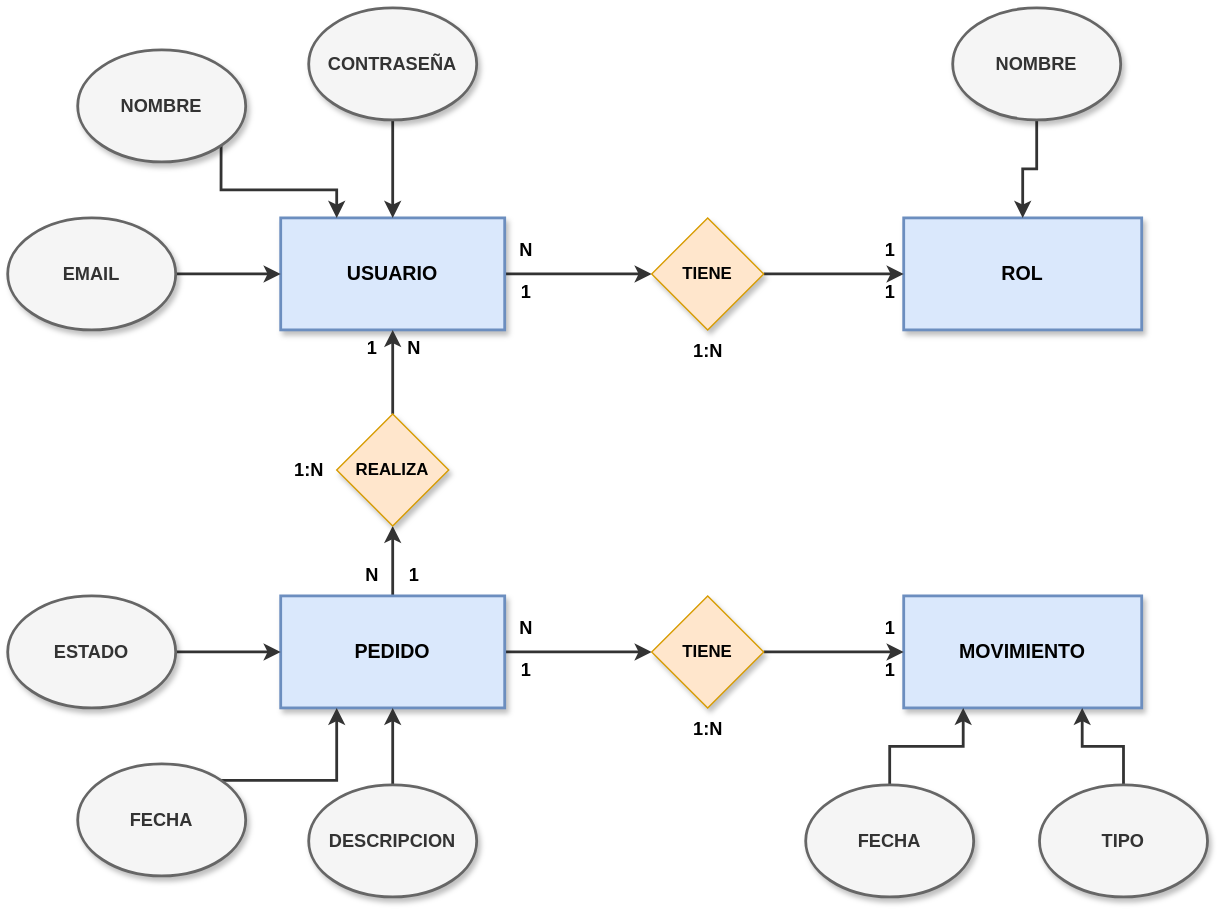
Before: diagrams/DiagramaER.drawio.svg, a diagram exported from draw.io (devcordoba/InicProgBD-Logistica). Source tidied: cells renumbered, new cells last; positions are measured from the earlier drawing's top-left corner, leaving out a move shared by most shapes. Source of this version:
```xml
<mxGraphModel>
  <root>
    <mxCell id="0" />
    <mxCell id="1" parent="0" />
    <mxCell id="2" style="edgeStyle=orthogonalEdgeStyle;rounded=0;jettySize=auto;html=1;exitX=1;exitY=0.5;exitDx=0;exitDy=0;entryX=0;entryY=0.5;entryDx=0;entryDy=0;strokeWidth=2;strokeColor=#333333;shadow=0;" parent="1" edge="1" source="3" target="18">
      <mxGeometry relative="1" as="geometry" />
    </mxCell>
    <mxCell id="3" value="USUARIO" style="rounded=0;whiteSpace=wrap;html=1;fontStyle=1;fillColor=#dae8fc;strokeColor=#6c8ebf;strokeWidth=2;shadow=1;glass=0;labelBackgroundColor=none;labelBorderColor=none;textShadow=0;fontSize=14;" parent="1" vertex="1">
      <mxGeometry x="195" y="150" width="160" height="80" as="geometry" />
    </mxCell>
    <mxCell id="4" value="ROL" style="rounded=0;whiteSpace=wrap;html=1;fontStyle=1;fillColor=#dae8fc;strokeColor=#6c8ebf;strokeWidth=2;shadow=1;glass=0;labelBackgroundColor=none;labelBorderColor=none;textShadow=0;fontSize=14;" parent="1" vertex="1">
      <mxGeometry x="640" y="150" width="170" height="80" as="geometry" />
    </mxCell>
    <mxCell id="5" style="edgeStyle=orthogonalEdgeStyle;rounded=0;jettySize=auto;html=1;exitX=0.5;exitY=0;exitDx=0;exitDy=0;entryX=0.5;entryY=1;entryDx=0;entryDy=0;strokeWidth=2;strokeColor=#333333;shadow=0;" parent="1" edge="1" source="7" target="35">
      <mxGeometry relative="1" as="geometry" />
    </mxCell>
    <mxCell id="6" style="edgeStyle=orthogonalEdgeStyle;rounded=0;jettySize=auto;html=1;exitX=1;exitY=0.5;exitDx=0;exitDy=0;entryX=0;entryY=0.5;entryDx=0;entryDy=0;strokeWidth=2;strokeColor=#333333;shadow=0;" parent="1" edge="1" source="7" target="42">
      <mxGeometry relative="1" as="geometry" />
    </mxCell>
    <mxCell id="7" value="PEDIDO" style="rounded=0;whiteSpace=wrap;html=1;fontStyle=1;fillColor=#dae8fc;strokeColor=#6c8ebf;strokeWidth=2;shadow=1;glass=0;labelBackgroundColor=none;labelBorderColor=none;textShadow=0;fontSize=14;" parent="1" vertex="1">
      <mxGeometry x="195" y="420" width="160" height="80" as="geometry" />
    </mxCell>
    <mxCell id="8" value="MOVIMIENTO" style="rounded=0;whiteSpace=wrap;html=1;fontStyle=1;fillColor=#dae8fc;strokeColor=#6c8ebf;strokeWidth=2;shadow=1;glass=0;labelBackgroundColor=none;labelBorderColor=none;textShadow=0;fontSize=14;" parent="1" vertex="1">
      <mxGeometry x="640" y="420" width="170" height="80" as="geometry" />
    </mxCell>
    <mxCell id="9" style="edgeStyle=orthogonalEdgeStyle;rounded=0;jettySize=auto;html=1;exitX=0.5;exitY=1;exitDx=0;exitDy=0;entryX=0.5;entryY=0;entryDx=0;entryDy=0;strokeWidth=2;strokeColor=#333333;shadow=0;" parent="1" edge="1" source="10" target="4">
      <mxGeometry relative="1" as="geometry" />
    </mxCell>
    <mxCell id="10" value="NOMBRE" style="ellipse;whiteSpace=wrap;html=1;fontStyle=1;fillColor=#f5f5f5;fontColor=#333333;strokeColor=#666666;shadow=1;fontSize=13;textShadow=0;strokeWidth=2;" parent="1" vertex="1">
      <mxGeometry x="675" width="120" height="80" as="geometry" />
    </mxCell>
    <mxCell id="11" style="edgeStyle=orthogonalEdgeStyle;rounded=0;jettySize=auto;html=1;exitX=1;exitY=1;exitDx=0;exitDy=0;entryX=0.25;entryY=0;entryDx=0;entryDy=0;strokeWidth=2;strokeColor=#333333;shadow=0;" parent="1" edge="1" source="12" target="3">
      <mxGeometry relative="1" as="geometry">
        <Array as="points">
          <mxPoint x="152" y="130" />
          <mxPoint x="235" y="130" />
        </Array>
      </mxGeometry>
    </mxCell>
    <mxCell id="12" value="NOMBRE" style="ellipse;whiteSpace=wrap;html=1;fontStyle=1;fillColor=#f5f5f5;fontColor=#333333;strokeColor=#666666;shadow=1;fontSize=13;textShadow=0;strokeWidth=2;" parent="1" vertex="1">
      <mxGeometry x="50" y="30" width="120" height="80" as="geometry" />
    </mxCell>
    <mxCell id="13" style="edgeStyle=orthogonalEdgeStyle;rounded=0;jettySize=auto;html=1;exitX=1;exitY=0.5;exitDx=0;exitDy=0;entryX=0;entryY=0.5;entryDx=0;entryDy=0;strokeWidth=2;strokeColor=#333333;shadow=0;" parent="1" edge="1" source="14" target="3">
      <mxGeometry relative="1" as="geometry" />
    </mxCell>
    <mxCell id="14" value="EMAIL" style="ellipse;whiteSpace=wrap;html=1;fontStyle=1;fillColor=#f5f5f5;fontColor=#333333;strokeColor=#666666;shadow=1;fontSize=13;textShadow=0;strokeWidth=2;" parent="1" vertex="1">
      <mxGeometry y="150" width="120" height="80" as="geometry" />
    </mxCell>
    <mxCell id="15" style="rounded=0;jettySize=auto;html=1;exitX=0.5;exitY=1;exitDx=0;exitDy=0;entryX=0.5;entryY=0;entryDx=0;entryDy=0;strokeWidth=2;strokeColor=#333333;shadow=0;" parent="1" edge="1" source="16" target="3">
      <mxGeometry relative="1" as="geometry" />
    </mxCell>
    <mxCell id="16" value="CONTRASEÑA" style="ellipse;whiteSpace=wrap;html=1;fontStyle=1;fillColor=#f5f5f5;fontColor=#333333;strokeColor=#666666;shadow=1;fontSize=13;textShadow=0;strokeWidth=2;" parent="1" vertex="1">
      <mxGeometry x="215" width="120" height="80" as="geometry" />
    </mxCell>
    <mxCell id="17" style="edgeStyle=orthogonalEdgeStyle;rounded=0;jettySize=auto;html=1;exitX=1;exitY=0.5;exitDx=0;exitDy=0;strokeWidth=2;strokeColor=#333333;shadow=0;" parent="1" edge="1" source="18" target="4">
      <mxGeometry relative="1" as="geometry" />
    </mxCell>
    <mxCell id="18" value="TIENE" style="rhombus;whiteSpace=wrap;html=1;fontStyle=1;fillColor=#ffe6cc;strokeColor=#d79b00;shadow=1;fontSize=12;" parent="1" vertex="1">
      <mxGeometry x="460" y="150" width="80" height="80" as="geometry" />
    </mxCell>
    <mxCell id="19" value="&lt;span&gt;1:N&lt;/span&gt;" style="text;html=1;align=center;verticalAlign=middle;strokeColor=none;fillColor=none;fontStyle=1;strokeWidth=1;fontSize=13;" parent="1" vertex="1">
      <mxGeometry x="480" y="230" width="40" height="30" as="geometry" />
    </mxCell>
    <mxCell id="20" value="1" style="text;html=1;align=center;verticalAlign=middle;strokeColor=none;fillColor=none;fontStyle=1;strokeWidth=1;fontSize=13;" parent="1" vertex="1">
      <mxGeometry x="355" y="188" width="30" height="30" as="geometry" />
    </mxCell>
    <mxCell id="21" value="1" style="text;html=1;align=center;verticalAlign=middle;strokeColor=none;fillColor=none;fontStyle=1;strokeWidth=1;fontSize=13;" parent="1" vertex="1">
      <mxGeometry x="615" y="188" width="30" height="30" as="geometry" />
    </mxCell>
    <mxCell id="22" value="1" style="text;html=1;align=center;verticalAlign=middle;strokeColor=none;fillColor=none;fontStyle=1;strokeWidth=1;fontSize=13;" parent="1" vertex="1">
      <mxGeometry x="615" y="158" width="30" height="30" as="geometry" />
    </mxCell>
    <mxCell id="23" value="N" style="text;html=1;align=center;verticalAlign=middle;strokeColor=none;fillColor=none;fontStyle=1;strokeWidth=1;fontSize=13;" parent="1" vertex="1">
      <mxGeometry x="355" y="158" width="30" height="30" as="geometry" />
    </mxCell>
    <mxCell id="24" style="edgeStyle=orthogonalEdgeStyle;rounded=0;jettySize=auto;html=1;exitX=0.5;exitY=0;exitDx=0;exitDy=0;entryX=0.25;entryY=1;entryDx=0;entryDy=0;strokeWidth=2;strokeColor=#333333;shadow=0;" parent="1" edge="1" source="25" target="8">
      <mxGeometry relative="1" as="geometry" />
    </mxCell>
    <mxCell id="25" value="FECHA" style="ellipse;whiteSpace=wrap;html=1;fontStyle=1;fillColor=#f5f5f5;fontColor=#333333;strokeColor=#666666;shadow=1;fontSize=13;textShadow=0;strokeWidth=2;" parent="1" vertex="1">
      <mxGeometry x="570" y="555" width="120" height="80" as="geometry" />
    </mxCell>
    <mxCell id="26" style="edgeStyle=orthogonalEdgeStyle;rounded=0;jettySize=auto;html=1;exitX=0.5;exitY=0;exitDx=0;exitDy=0;entryX=0.75;entryY=1;entryDx=0;entryDy=0;strokeWidth=2;strokeColor=#333333;shadow=0;" parent="1" edge="1" source="27" target="8">
      <mxGeometry relative="1" as="geometry" />
    </mxCell>
    <mxCell id="27" value="TIPO" style="ellipse;whiteSpace=wrap;html=1;fontStyle=1;fillColor=#f5f5f5;fontColor=#333333;strokeColor=#666666;shadow=1;fontSize=13;textShadow=0;strokeWidth=2;" parent="1" vertex="1">
      <mxGeometry x="737" y="555" width="120" height="80" as="geometry" />
    </mxCell>
    <mxCell id="28" style="edgeStyle=orthogonalEdgeStyle;rounded=0;jettySize=auto;html=1;exitX=1;exitY=0;exitDx=0;exitDy=0;entryX=0.25;entryY=1;entryDx=0;entryDy=0;strokeWidth=2;strokeColor=#333333;shadow=0;" parent="1" edge="1" source="29" target="7">
      <mxGeometry relative="1" as="geometry" />
    </mxCell>
    <mxCell id="29" value="FECHA" style="ellipse;whiteSpace=wrap;html=1;fontStyle=1;fillColor=#f5f5f5;fontColor=#333333;strokeColor=#666666;shadow=1;fontSize=13;textShadow=0;strokeWidth=2;" parent="1" vertex="1">
      <mxGeometry x="50" y="540" width="120" height="80" as="geometry" />
    </mxCell>
    <mxCell id="30" style="edgeStyle=orthogonalEdgeStyle;rounded=0;jettySize=auto;html=1;exitX=1;exitY=0.5;exitDx=0;exitDy=0;entryX=0;entryY=0.5;entryDx=0;entryDy=0;strokeWidth=2;strokeColor=#333333;shadow=0;" parent="1" edge="1" source="31" target="7">
      <mxGeometry relative="1" as="geometry" />
    </mxCell>
    <mxCell id="31" value="ESTADO" style="ellipse;whiteSpace=wrap;html=1;fontStyle=1;fillColor=#f5f5f5;fontColor=#333333;strokeColor=#666666;shadow=1;fontSize=13;textShadow=0;strokeWidth=2;" parent="1" vertex="1">
      <mxGeometry y="420" width="120" height="80" as="geometry" />
    </mxCell>
    <mxCell id="32" style="edgeStyle=orthogonalEdgeStyle;rounded=0;jettySize=auto;html=1;exitX=0.5;exitY=0;exitDx=0;exitDy=0;entryX=0.5;entryY=1;entryDx=0;entryDy=0;strokeWidth=2;strokeColor=#333333;shadow=0;" parent="1" edge="1" source="33" target="7">
      <mxGeometry relative="1" as="geometry" />
    </mxCell>
    <mxCell id="33" value="DESCRIPCION" style="ellipse;whiteSpace=wrap;html=1;fontStyle=1;fillColor=#f5f5f5;fontColor=#333333;strokeColor=#666666;shadow=1;fontSize=13;textShadow=0;strokeWidth=2;" parent="1" vertex="1">
      <mxGeometry x="215" y="555" width="120" height="80" as="geometry" />
    </mxCell>
    <mxCell id="34" style="edgeStyle=orthogonalEdgeStyle;rounded=0;jettySize=auto;html=1;exitX=0.5;exitY=0;exitDx=0;exitDy=0;entryX=0.5;entryY=1;entryDx=0;entryDy=0;strokeWidth=2;strokeColor=#333333;shadow=0;" parent="1" edge="1" source="35" target="3">
      <mxGeometry relative="1" as="geometry" />
    </mxCell>
    <mxCell id="35" value="REALIZA" style="rhombus;whiteSpace=wrap;html=1;fontStyle=1;fillColor=#ffe6cc;strokeColor=#d79b00;shadow=1;fontSize=12;" parent="1" vertex="1">
      <mxGeometry x="235" y="290" width="80" height="80" as="geometry" />
    </mxCell>
    <mxCell id="36" value="&lt;span&gt;1:N&lt;/span&gt;" style="text;html=1;align=center;verticalAlign=middle;strokeColor=none;fillColor=none;fontStyle=1;strokeWidth=1;fontSize=13;" parent="1" vertex="1">
      <mxGeometry x="195" y="315" width="40" height="30" as="geometry" />
    </mxCell>
    <mxCell id="37" value="&lt;span&gt;1&lt;/span&gt;" style="text;html=1;align=center;verticalAlign=middle;strokeColor=none;fillColor=none;fontStyle=1;strokeWidth=1;fontSize=13;" parent="1" vertex="1">
      <mxGeometry x="245" y="228" width="30" height="30" as="geometry" />
    </mxCell>
    <mxCell id="38" value="&lt;span&gt;N&lt;/span&gt;" style="text;html=1;align=center;verticalAlign=middle;strokeColor=none;fillColor=none;fontStyle=1;strokeWidth=1;fontSize=13;" parent="1" vertex="1">
      <mxGeometry x="245" y="390" width="30" height="30" as="geometry" />
    </mxCell>
    <mxCell id="39" value="&lt;span&gt;1&lt;/span&gt;" style="text;html=1;align=center;verticalAlign=middle;strokeColor=none;fillColor=none;fontStyle=1;strokeWidth=1;fontSize=13;" parent="1" vertex="1">
      <mxGeometry x="275" y="390" width="30" height="30" as="geometry" />
    </mxCell>
    <mxCell id="40" value="&lt;span&gt;N&lt;/span&gt;" style="text;html=1;align=center;verticalAlign=middle;strokeColor=none;fillColor=none;fontStyle=1;strokeWidth=1;fontSize=13;" parent="1" vertex="1">
      <mxGeometry x="275" y="228" width="30" height="30" as="geometry" />
    </mxCell>
    <mxCell id="41" style="edgeStyle=orthogonalEdgeStyle;rounded=0;jettySize=auto;html=1;exitX=1;exitY=0.5;exitDx=0;exitDy=0;strokeWidth=2;strokeColor=#333333;shadow=0;" parent="1" edge="1" source="42" target="8">
      <mxGeometry relative="1" as="geometry" />
    </mxCell>
    <mxCell id="42" value="TIENE" style="rhombus;whiteSpace=wrap;html=1;fontStyle=1;fillColor=#ffe6cc;strokeColor=#d79b00;shadow=1;fontSize=12;" parent="1" vertex="1">
      <mxGeometry x="460" y="420" width="80" height="80" as="geometry" />
    </mxCell>
    <mxCell id="43" value="&lt;span&gt;1:N&lt;/span&gt;" style="text;html=1;align=center;verticalAlign=middle;strokeColor=none;fillColor=none;fontStyle=1;strokeWidth=1;fontSize=13;" parent="1" vertex="1">
      <mxGeometry x="480" y="500" width="40" height="30" as="geometry" />
    </mxCell>
    <mxCell id="44" value="1" style="text;html=1;align=center;verticalAlign=middle;strokeColor=none;fillColor=none;fontStyle=1;strokeWidth=1;fontSize=13;" parent="1" vertex="1">
      <mxGeometry x="355" y="458" width="30" height="30" as="geometry" />
    </mxCell>
    <mxCell id="45" value="1" style="text;html=1;align=center;verticalAlign=middle;strokeColor=none;fillColor=none;fontStyle=1;strokeWidth=1;fontSize=13;" parent="1" vertex="1">
      <mxGeometry x="615" y="458" width="30" height="30" as="geometry" />
    </mxCell>
    <mxCell id="46" value="1" style="text;html=1;align=center;verticalAlign=middle;strokeColor=none;fillColor=none;fontStyle=1;strokeWidth=1;fontSize=13;" parent="1" vertex="1">
      <mxGeometry x="615" y="428" width="30" height="30" as="geometry" />
    </mxCell>
    <mxCell id="47" value="N" style="text;html=1;align=center;verticalAlign=middle;strokeColor=none;fillColor=none;fontStyle=1;strokeWidth=1;fontSize=13;" parent="1" vertex="1">
      <mxGeometry x="355" y="428" width="30" height="30" as="geometry" />
    </mxCell>
  </root>
</mxGraphModel>
```
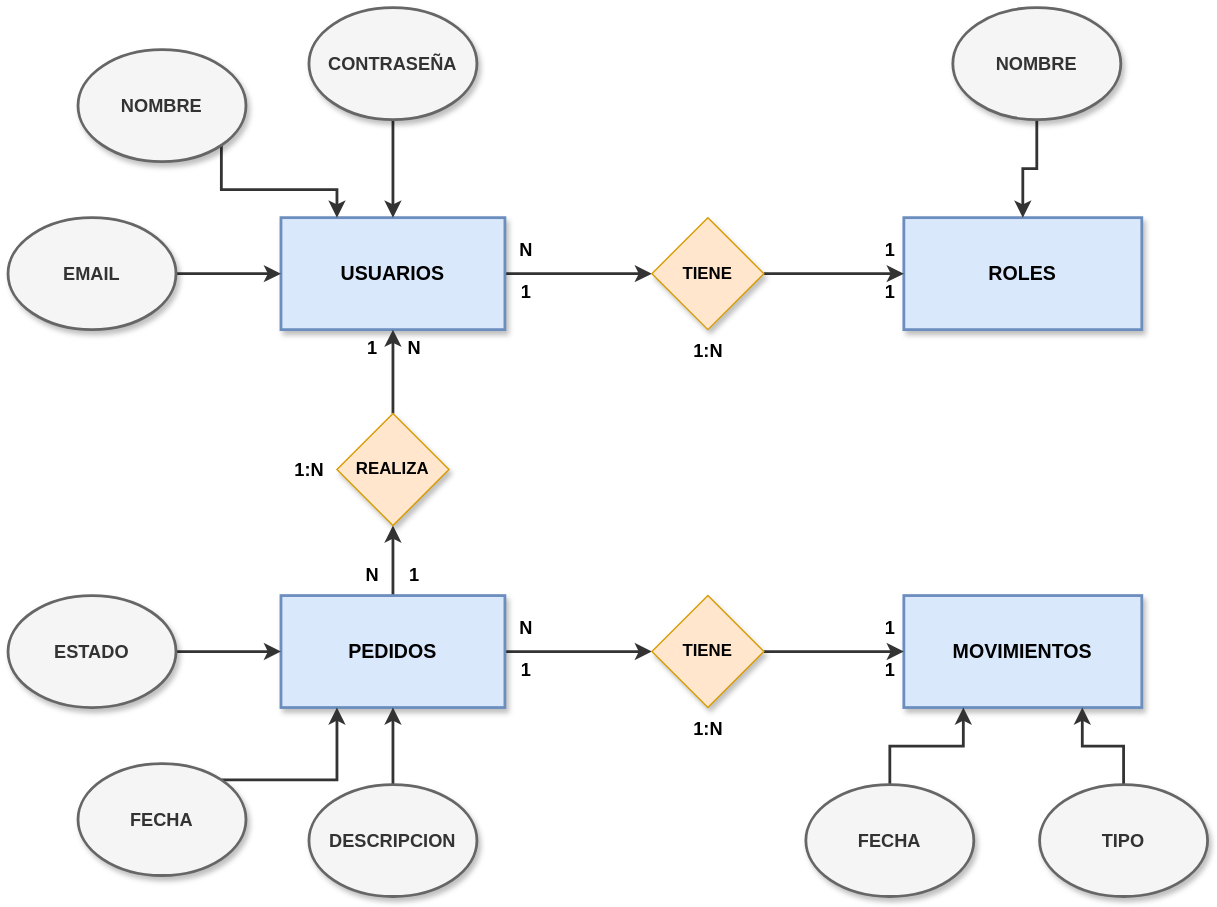
After the commit.

Diff of the diagram source:
```diff
@@ -5,10 +5,10 @@
     <mxCell id="2" style="edgeStyle=orthogonalEdgeStyle;rounded=0;jettySize=auto;html=1;exitX=1;exitY=0.5;exitDx=0;exitDy=0;entryX=0;entryY=0.5;entryDx=0;entryDy=0;strokeWidth=2;strokeColor=#333333;shadow=0;" parent="1" edge="1" source="3" target="18">
       <mxGeometry relative="1" as="geometry" />
     </mxCell>
-    <mxCell id="3" value="USUARIO" style="rounded=0;whiteSpace=wrap;html=1;fontStyle=1;fillColor=#dae8fc;strokeColor=#6c8ebf;strokeWidth=2;shadow=1;glass=0;labelBackgroundColor=none;labelBorderColor=none;textShadow=0;fontSize=14;" parent="1" vertex="1">
+    <mxCell id="3" value="USUARIOS" style="rounded=0;whiteSpace=wrap;html=1;fontStyle=1;fillColor=#dae8fc;strokeColor=#6c8ebf;strokeWidth=2;shadow=1;glass=0;labelBackgroundColor=none;labelBorderColor=none;textShadow=0;fontSize=14;" parent="1" vertex="1">
       <mxGeometry x="195" y="150" width="160" height="80" as="geometry" />
     </mxCell>
-    <mxCell id="4" value="ROL" style="rounded=0;whiteSpace=wrap;html=1;fontStyle=1;fillColor=#dae8fc;strokeColor=#6c8ebf;strokeWidth=2;shadow=1;glass=0;labelBackgroundColor=none;labelBorderColor=none;textShadow=0;fontSize=14;" parent="1" vertex="1">
+    <mxCell id="4" value="ROLES" style="rounded=0;whiteSpace=wrap;html=1;fontStyle=1;fillColor=#dae8fc;strokeColor=#6c8ebf;strokeWidth=2;shadow=1;glass=0;labelBackgroundColor=none;labelBorderColor=none;textShadow=0;fontSize=14;" parent="1" vertex="1">
       <mxGeometry x="640" y="150" width="170" height="80" as="geometry" />
     </mxCell>
     <mxCell id="5" style="edgeStyle=orthogonalEdgeStyle;rounded=0;jettySize=auto;html=1;exitX=0.5;exitY=0;exitDx=0;exitDy=0;entryX=0.5;entryY=1;entryDx=0;entryDy=0;strokeWidth=2;strokeColor=#333333;shadow=0;" parent="1" edge="1" source="7" target="35">
@@ -17,10 +17,10 @@
     <mxCell id="6" style="edgeStyle=orthogonalEdgeStyle;rounded=0;jettySize=auto;html=1;exitX=1;exitY=0.5;exitDx=0;exitDy=0;entryX=0;entryY=0.5;entryDx=0;entryDy=0;strokeWidth=2;strokeColor=#333333;shadow=0;" parent="1" edge="1" source="7" target="42">
       <mxGeometry relative="1" as="geometry" />
     </mxCell>
-    <mxCell id="7" value="PEDIDO" style="rounded=0;whiteSpace=wrap;html=1;fontStyle=1;fillColor=#dae8fc;strokeColor=#6c8ebf;strokeWidth=2;shadow=1;glass=0;labelBackgroundColor=none;labelBorderColor=none;textShadow=0;fontSize=14;" parent="1" vertex="1">
+    <mxCell id="7" value="PEDIDOS" style="rounded=0;whiteSpace=wrap;html=1;fontStyle=1;fillColor=#dae8fc;strokeColor=#6c8ebf;strokeWidth=2;shadow=1;glass=0;labelBackgroundColor=none;labelBorderColor=none;textShadow=0;fontSize=14;" parent="1" vertex="1">
       <mxGeometry x="195" y="420" width="160" height="80" as="geometry" />
     </mxCell>
-    <mxCell id="8" value="MOVIMIENTO" style="rounded=0;whiteSpace=wrap;html=1;fontStyle=1;fillColor=#dae8fc;strokeColor=#6c8ebf;strokeWidth=2;shadow=1;glass=0;labelBackgroundColor=none;labelBorderColor=none;textShadow=0;fontSize=14;" parent="1" vertex="1">
+    <mxCell id="8" value="MOVIMIENTOS" style="rounded=0;whiteSpace=wrap;html=1;fontStyle=1;fillColor=#dae8fc;strokeColor=#6c8ebf;strokeWidth=2;shadow=1;glass=0;labelBackgroundColor=none;labelBorderColor=none;textShadow=0;fontSize=14;" parent="1" vertex="1">
       <mxGeometry x="640" y="420" width="170" height="80" as="geometry" />
     </mxCell>
     <mxCell id="9" style="edgeStyle=orthogonalEdgeStyle;rounded=0;jettySize=auto;html=1;exitX=0.5;exitY=1;exitDx=0;exitDy=0;entryX=0.5;entryY=0;entryDx=0;entryDy=0;strokeWidth=2;strokeColor=#333333;shadow=0;" parent="1" edge="1" source="10" target="4">
```
